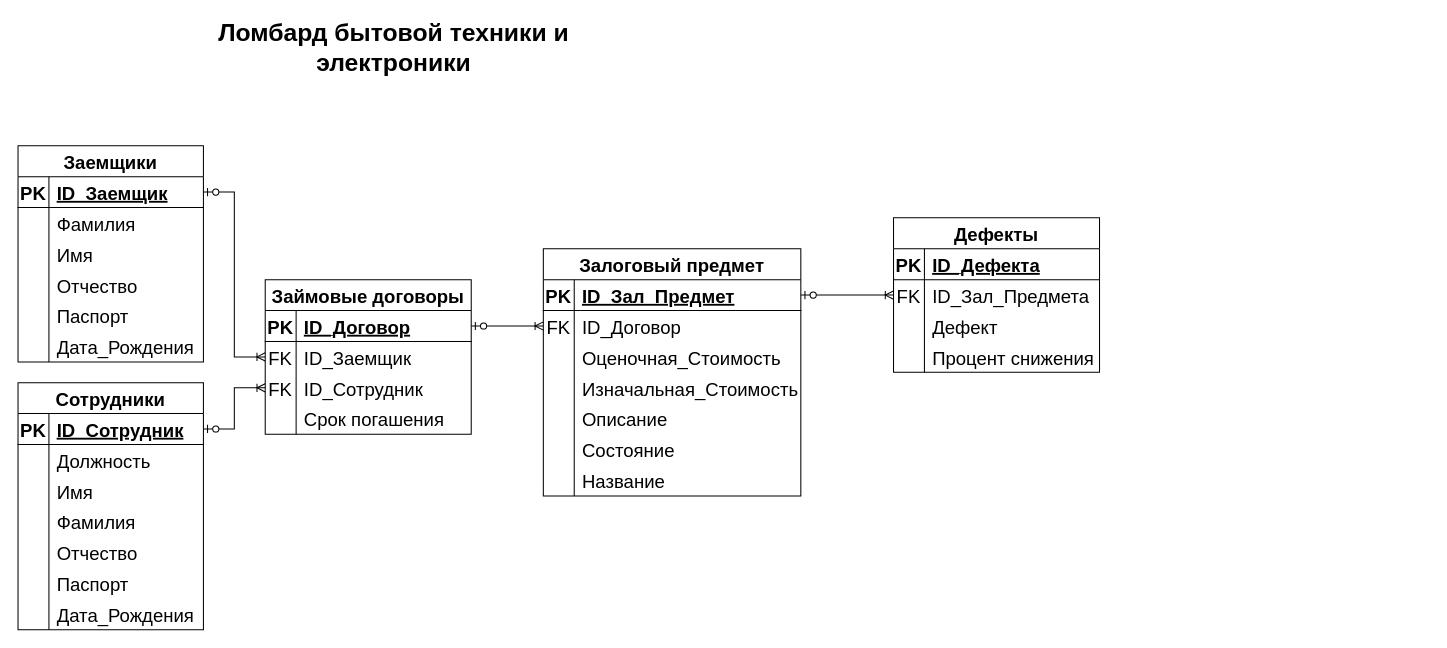
This is Диаграмма без названия.drawio from 1DeMeNToR1/RocketModUpdater_32, a draw.io file, before an edit. Source tidied: cells renumbered, new cells numbered last; positions are measured from the earlier drawing's top-left corner, leaving out a move shared by most shapes. Both pictures are drawn from the tidied source at 103%, with x=0, y=0 at pixel (18, 32).
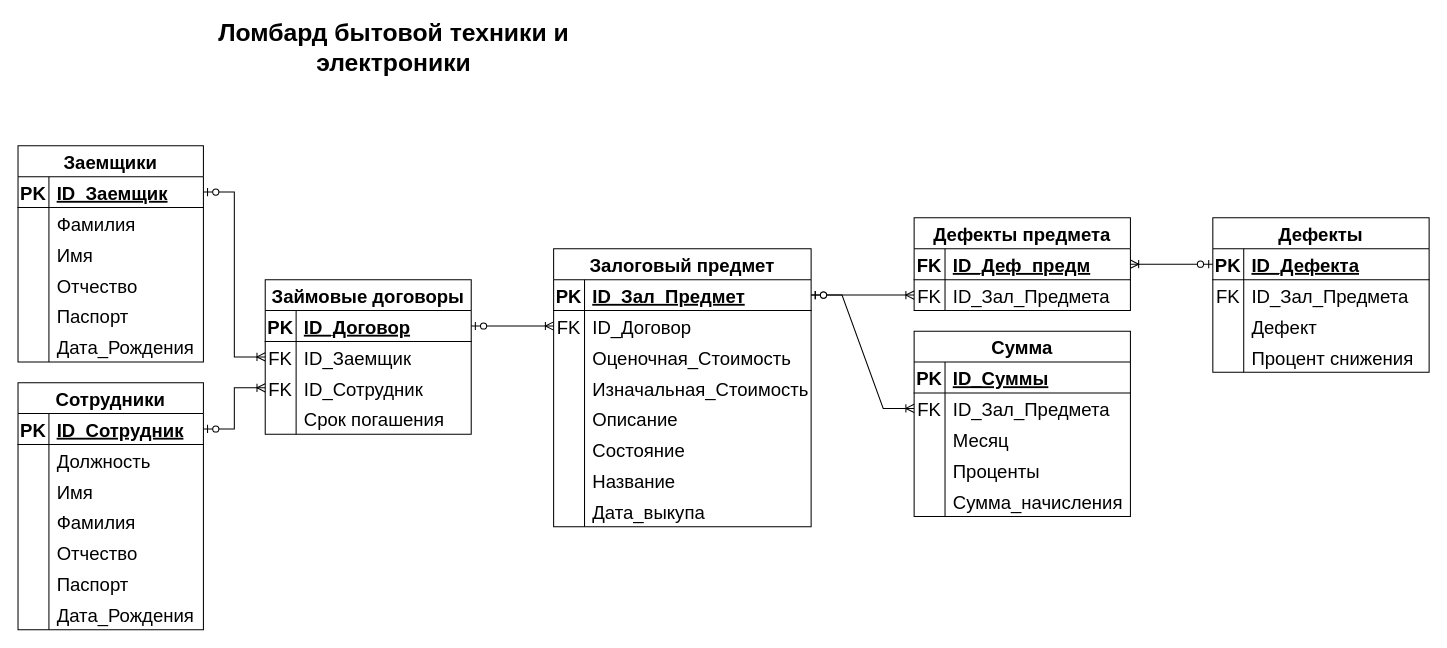
After the change.

The change refers to these unchanged cells:
```xml
<mxCell id="58" style="shape=tableRow;horizontal=0;startSize=0;swimlaneHead=0;swimlaneBody=0;fillColor=none;points=[[0,0.5],[1,0.5]];portConstraint=eastwest;top=0;left=0;right=0;bottom=1;fontSize=18;" parent="57" vertex="1">
  <mxGeometry y="30" width="250" height="30" as="geometry" />
</mxCell>
```

What changed in the source:
```diff
@@
     <mxCell id="57" value="Залоговый предмет" style="shape=table;startSize=30;childLayout=tableLayout;rowLines=0;fontStyle=1;align=center;fontSize=18;" parent="1" vertex="1">
-      <mxGeometry x="510" y="210" width="250" height="240" as="geometry" />
+      <mxGeometry x="520" y="210" width="250" height="270" as="geometry" />
     </mxCell>
@@
+    <mxCell id="96" style="shape=tableRow;horizontal=0;startSize=0;swimlaneHead=0;swimlaneBody=0;fillColor=none;top=0;left=0;right=0;bottom=0;fontSize=18;" parent="57" vertex="1">
+      <mxGeometry y="240" width="250" height="30" as="geometry" />
+    </mxCell>
+    <mxCell id="97" style="shape=partialRectangle;fillColor=none;top=0;left=0;bottom=0;right=0;overflow=hidden;fontSize=18;" parent="96" vertex="1">
+      <mxGeometry width="30" height="30" as="geometry" />
+    </mxCell>
+    <mxCell id="98" value="Дата_выкупа" style="shape=partialRectangle;fillColor=none;top=0;left=0;bottom=0;right=0;align=left;spacingLeft=6;overflow=hidden;fontSize=18;" parent="96" vertex="1">
+      <mxGeometry x="30" width="220" height="30" as="geometry" />
+    </mxCell>
@@
     <mxCell id="82" value="Дефекты" style="shape=table;startSize=30;childLayout=tableLayout;rowLines=0;fontStyle=1;align=center;fontSize=18;" parent="1" vertex="1">
-      <mxGeometry x="850" y="180" width="200" height="150" as="geometry" />
+      <mxGeometry x="1160" y="180" width="210" height="150" as="geometry" />
     </mxCell>
     <mxCell id="83" style="shape=tableRow;horizontal=0;startSize=0;swimlaneHead=0;swimlaneBody=0;fillColor=none;points=[[0,0.5],[1,0.5]];portConstraint=eastwest;top=0;left=0;right=0;bottom=1;fontSize=18;" parent="82" vertex="1">
-      <mxGeometry y="30" width="200" height="30" as="geometry" />
+      <mxGeometry y="30" width="210" height="30" as="geometry" />
     </mxCell>
@@
     <mxCell id="85" value="ID_Дефекта" style="shape=partialRectangle;fillColor=none;top=0;left=0;bottom=0;right=0;align=left;spacingLeft=6;fontStyle=5;overflow=hidden;fontSize=18;" parent="83" vertex="1">
-      <mxGeometry x="30" width="170" height="30" as="geometry" />
+      <mxGeometry x="30" width="180" height="30" as="geometry" />
     </mxCell>
     <mxCell id="86" style="shape=tableRow;horizontal=0;startSize=0;swimlaneHead=0;swimlaneBody=0;fillColor=none;points=[[0,0.5],[1,0.5]];portConstraint=eastwest;top=0;left=0;right=0;bottom=0;fontSize=18;" parent="82" vertex="1">
-      <mxGeometry y="60" width="200" height="30" as="geometry" />
+      <mxGeometry y="60" width="210" height="30" as="geometry" />
     </mxCell>
@@
     <mxCell id="88" value="ID_Зал_Предмета" style="shape=partialRectangle;fillColor=none;top=0;left=0;bottom=0;right=0;align=left;spacingLeft=6;overflow=hidden;fontSize=18;" parent="86" vertex="1">
-      <mxGeometry x="30" width="170" height="30" as="geometry" />
+      <mxGeometry x="30" width="180" height="30" as="geometry" />
     </mxCell>
     <mxCell id="89" style="shape=tableRow;horizontal=0;startSize=0;swimlaneHead=0;swimlaneBody=0;fillColor=none;top=0;left=0;right=0;bottom=0;fontSize=18;" parent="82" vertex="1">
-      <mxGeometry y="90" width="200" height="30" as="geometry" />
+      <mxGeometry y="90" width="210" height="30" as="geometry" />
     </mxCell>
@@
     <mxCell id="91" value="Дефект" style="shape=partialRectangle;fillColor=none;top=0;left=0;bottom=0;right=0;align=left;spacingLeft=6;overflow=hidden;fontSize=18;" parent="89" vertex="1">
-      <mxGeometry x="30" width="170" height="30" as="geometry" />
+      <mxGeometry x="30" width="180" height="30" as="geometry" />
     </mxCell>
     <mxCell id="92" style="shape=tableRow;horizontal=0;startSize=0;swimlaneHead=0;swimlaneBody=0;fillColor=none;top=0;left=0;right=0;bottom=0;fontSize=18;" parent="82" vertex="1">
-      <mxGeometry y="120" width="200" height="30" as="geometry" />
+      <mxGeometry y="120" width="210" height="30" as="geometry" />
     </mxCell>
@@
     <mxCell id="94" value="Процент снижения" style="shape=partialRectangle;fillColor=none;top=0;left=0;bottom=0;right=0;align=left;spacingLeft=6;overflow=hidden;fontSize=18;" parent="92" vertex="1">
-      <mxGeometry x="30" width="170" height="30" as="geometry" />
+      <mxGeometry x="30" width="180" height="30" as="geometry" />
     </mxCell>
-    <mxCell id="95" style="edgeStyle=entityRelationEdgeStyle;fontSize=12;html=1;endArrow=ERoneToMany;startArrow=ERzeroToOne;rounded=0;exitX=1;exitY=0.5;exitDx=0;exitDy=0;entryX=0;entryY=0.5;entryDx=0;entryDy=0;" parent="1" edge="1" source="58" target="86">
-      <mxGeometry relative="1" as="geometry" />
-    </mxCell>
+    <mxCell id="99" value="Сумма" style="shape=table;startSize=30;childLayout=tableLayout;rowLines=0;fontStyle=1;align=center;fontSize=18;" parent="1" vertex="1">
+      <mxGeometry x="870" y="290" width="210" height="180" as="geometry" />
+    </mxCell>
+    <mxCell id="100" style="shape=tableRow;horizontal=0;startSize=0;swimlaneHead=0;swimlaneBody=0;fillColor=none;top=0;left=0;right=0;bottom=1;fontSize=18;" parent="99" vertex="1">
+      <mxGeometry y="30" width="210" height="30" as="geometry" />
+    </mxCell>
+    <mxCell id="101" value="PK" style="shape=partialRectangle;fillColor=none;top=0;left=0;bottom=0;right=0;fontStyle=1;overflow=hidden;fontSize=18;" parent="100" vertex="1">
+      <mxGeometry width="30" height="30" as="geometry" />
+    </mxCell>
+    <mxCell id="102" value="ID_Суммы" style="shape=partialRectangle;fillColor=none;top=0;left=0;bottom=0;right=0;align=left;spacingLeft=6;fontStyle=5;overflow=hidden;fontSize=18;" parent="100" vertex="1">
+      <mxGeometry x="30" width="180" height="30" as="geometry" />
+    </mxCell>
+    <mxCell id="103" style="shape=tableRow;horizontal=0;startSize=0;swimlaneHead=0;swimlaneBody=0;fillColor=none;points=[[0,0.5],[1,0.5]];portConstraint=eastwest;top=0;left=0;right=0;bottom=0;fontSize=18;" parent="99" vertex="1">
+      <mxGeometry y="60" width="210" height="30" as="geometry" />
+    </mxCell>
+    <mxCell id="104" value="FK" style="shape=partialRectangle;fillColor=none;top=0;left=0;bottom=0;right=0;overflow=hidden;fontSize=18;" parent="103" vertex="1">
+      <mxGeometry width="30" height="30" as="geometry" />
+    </mxCell>
+    <mxCell id="105" value="ID_Зал_Предмета" style="shape=partialRectangle;fillColor=none;top=0;left=0;bottom=0;right=0;align=left;spacingLeft=6;overflow=hidden;fontSize=18;" parent="103" vertex="1">
+      <mxGeometry x="30" width="180" height="30" as="geometry" />
+    </mxCell>
+    <mxCell id="106" style="shape=tableRow;horizontal=0;startSize=0;swimlaneHead=0;swimlaneBody=0;fillColor=none;top=0;left=0;right=0;bottom=0;fontSize=18;" parent="99" vertex="1">
+      <mxGeometry y="90" width="210" height="30" as="geometry" />
+    </mxCell>
+    <mxCell id="107" style="shape=partialRectangle;fillColor=none;top=0;left=0;bottom=0;right=0;overflow=hidden;fontSize=18;" parent="106" vertex="1">
+      <mxGeometry width="30" height="30" as="geometry" />
+    </mxCell>
+    <mxCell id="108" value="Месяц" style="shape=partialRectangle;fillColor=none;top=0;left=0;bottom=0;right=0;align=left;spacingLeft=6;overflow=hidden;fontSize=18;" parent="106" vertex="1">
+      <mxGeometry x="30" width="180" height="30" as="geometry" />
+    </mxCell>
+    <mxCell id="109" style="shape=tableRow;horizontal=0;startSize=0;swimlaneHead=0;swimlaneBody=0;fillColor=none;top=0;left=0;right=0;bottom=0;fontSize=18;" parent="99" vertex="1">
+      <mxGeometry y="120" width="210" height="30" as="geometry" />
+    </mxCell>
+    <mxCell id="110" style="shape=partialRectangle;fillColor=none;top=0;left=0;bottom=0;right=0;overflow=hidden;fontSize=18;" parent="109" vertex="1">
+      <mxGeometry width="30" height="30" as="geometry" />
+    </mxCell>
+    <mxCell id="111" value="Проценты" style="shape=partialRectangle;fillColor=none;top=0;left=0;bottom=0;right=0;align=left;spacingLeft=6;overflow=hidden;fontSize=18;" parent="109" vertex="1">
+      <mxGeometry x="30" width="180" height="30" as="geometry" />
+    </mxCell>
+    <mxCell id="112" style="shape=tableRow;horizontal=0;startSize=0;swimlaneHead=0;swimlaneBody=0;fillColor=none;top=0;left=0;right=0;bottom=0;fontSize=18;" parent="99" vertex="1">
+      <mxGeometry y="150" width="210" height="30" as="geometry" />
+    </mxCell>
+    <mxCell id="113" style="shape=partialRectangle;fillColor=none;top=0;left=0;bottom=0;right=0;overflow=hidden;fontSize=18;" parent="112" vertex="1">
+      <mxGeometry width="30" height="30" as="geometry" />
+    </mxCell>
+    <mxCell id="114" value="Сумма_начисления" style="shape=partialRectangle;fillColor=none;top=0;left=0;bottom=0;right=0;align=left;spacingLeft=6;overflow=hidden;fontSize=18;" parent="112" vertex="1">
+      <mxGeometry x="30" width="180" height="30" as="geometry" />
+    </mxCell>
+    <mxCell id="115" style="edgeStyle=entityRelationEdgeStyle;fontSize=12;html=1;endArrow=ERoneToMany;startArrow=ERzeroToOne;rounded=0;exitX=1;exitY=0.5;exitDx=0;exitDy=0;entryX=0;entryY=0.5;entryDx=0;entryDy=0;" parent="1" edge="1" source="58" target="103">
+      <mxGeometry relative="1" as="geometry" />
+    </mxCell>
+    <mxCell id="116" value="Дефекты предмета" style="shape=table;startSize=30;childLayout=tableLayout;rowLines=0;fontStyle=1;align=center;fontSize=18;" parent="1" vertex="1">
+      <mxGeometry x="870" y="180" width="210" height="90" as="geometry" />
+    </mxCell>
+    <mxCell id="117" style="shape=tableRow;horizontal=0;startSize=0;swimlaneHead=0;swimlaneBody=0;fillColor=none;points=[[0,0.5],[1,0.5]];portConstraint=eastwest;top=0;left=0;right=0;bottom=1;fontSize=18;" parent="116" vertex="1">
+      <mxGeometry y="30" width="210" height="30" as="geometry" />
+    </mxCell>
+    <mxCell id="118" value="FK" style="shape=partialRectangle;fillColor=none;top=0;left=0;bottom=0;right=0;fontStyle=1;overflow=hidden;fontSize=18;" parent="117" vertex="1">
+      <mxGeometry width="30" height="30" as="geometry" />
+    </mxCell>
+    <mxCell id="119" value="ID_Деф_предм" style="shape=partialRectangle;fillColor=none;top=0;left=0;bottom=0;right=0;align=left;spacingLeft=6;fontStyle=5;overflow=hidden;fontSize=18;" parent="117" vertex="1">
+      <mxGeometry x="30" width="180" height="30" as="geometry" />
+    </mxCell>
+    <mxCell id="120" style="shape=tableRow;horizontal=0;startSize=0;swimlaneHead=0;swimlaneBody=0;fillColor=none;points=[[0,0.5],[1,0.5]];portConstraint=eastwest;top=0;left=0;right=0;bottom=0;fontSize=18;" parent="116" vertex="1">
+      <mxGeometry y="60" width="210" height="30" as="geometry" />
+    </mxCell>
+    <mxCell id="121" value="FK" style="shape=partialRectangle;fillColor=none;top=0;left=0;bottom=0;right=0;overflow=hidden;fontSize=18;" parent="120" vertex="1">
+      <mxGeometry width="30" height="30" as="geometry" />
+    </mxCell>
+    <mxCell id="122" value="ID_Зал_Предмета" style="shape=partialRectangle;fillColor=none;top=0;left=0;bottom=0;right=0;align=left;spacingLeft=6;overflow=hidden;fontSize=18;" parent="120" vertex="1">
+      <mxGeometry x="30" width="180" height="30" as="geometry" />
+    </mxCell>
+    <mxCell id="123" style="edgeStyle=entityRelationEdgeStyle;fontSize=12;html=1;endArrow=ERoneToMany;startArrow=ERzeroToOne;rounded=0;exitX=1;exitY=0.5;exitDx=0;exitDy=0;entryX=0;entryY=0.5;entryDx=0;entryDy=0;" parent="1" edge="1" source="58" target="120">
+      <mxGeometry relative="1" as="geometry" />
+    </mxCell>
+    <mxCell id="124" style="edgeStyle=entityRelationEdgeStyle;fontSize=12;html=1;endArrow=ERoneToMany;startArrow=ERzeroToOne;rounded=0;exitX=0;exitY=0.5;exitDx=0;exitDy=0;entryX=1;entryY=0.5;entryDx=0;entryDy=0;" parent="1" edge="1" source="83" target="117">
+      <mxGeometry relative="1" as="geometry" />
+    </mxCell>
```
